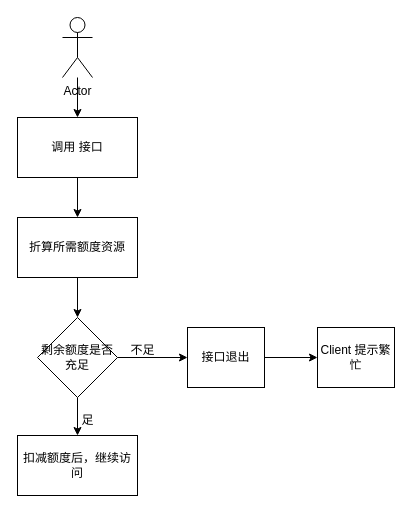
Before: page "Page-1" (1 of 2) of 未命名绘图.drawio in siyawu/draw, a draw.io diagram. Source tidied: cells renumbered, new cells numbered last; positions are measured from the earlier drawing's top-left corner, leaving out a move shared by most shapes. Both pictures are drawn from the tidied source at 100%, with x=0, y=0 at pixel (17, 17).
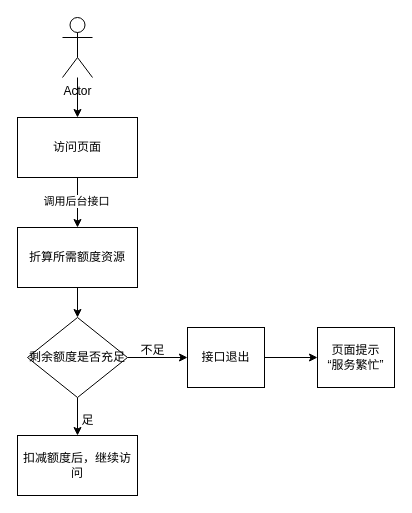
The same diagram, later.

Diff of the diagram source:
```diff
@@
 <mxGraphModel>
   <root>
     <mxCell id="0" />
     <mxCell id="1" parent="0" />
     <mxCell id="2" style="edgeStyle=orthogonalEdgeStyle;rounded=0;jettySize=auto;html=1;" parent="1" edge="1" source="3" target="5">
       <mxGeometry relative="1" as="geometry" />
     </mxCell>
+    <mxCell id="17" value="调用后台接口" style="edgeLabel;html=1;align=center;verticalAlign=middle;" parent="2" vertex="1">
+      <mxGeometry x="-0.1" y="-2" relative="1" as="geometry" />
+    </mxCell>
-    <mxCell id="3" value="调用 接口" style="rounded=0;whiteSpace=wrap;html=1;" parent="1" vertex="1">
+    <mxCell id="3" value="访问页面" style="rounded=0;whiteSpace=wrap;html=1;" parent="1" vertex="1">
       <mxGeometry y="100" width="120" height="60" as="geometry" />
     </mxCell>
     <mxCell id="4" style="edgeStyle=orthogonalEdgeStyle;rounded=0;jettySize=auto;html=1;" parent="1" edge="1" source="5" target="8">
       <mxGeometry relative="1" as="geometry" />
     </mxCell>
     <mxCell id="5" value="折算所需额度资源" style="rounded=0;whiteSpace=wrap;html=1;" parent="1" vertex="1">
-      <mxGeometry y="200" width="120" height="60" as="geometry" />
+      <mxGeometry y="210" width="120" height="60" as="geometry" />
     </mxCell>
     <mxCell id="6" style="edgeStyle=orthogonalEdgeStyle;rounded=0;jettySize=auto;html=1;" parent="1" edge="1" source="8" target="10">
       <mxGeometry relative="1" as="geometry" />
     </mxCell>
     <mxCell id="7" style="edgeStyle=orthogonalEdgeStyle;rounded=0;jettySize=auto;html=1;" parent="1" edge="1" source="8" target="13">
       <mxGeometry relative="1" as="geometry" />
     </mxCell>
     <mxCell id="8" value="剩余额度是否充足" style="rhombus;whiteSpace=wrap;html=1;rounded=0;" parent="1" vertex="1">
-      <mxGeometry x="20" y="300" width="80" height="80" as="geometry" />
+      <mxGeometry x="10" y="300" width="100" height="80" as="geometry" />
     </mxCell>
     <mxCell id="9" style="edgeStyle=orthogonalEdgeStyle;rounded=0;jettySize=auto;html=1;" parent="1" edge="1" source="10" target="12">
       <mxGeometry relative="1" as="geometry" />
     </mxCell>
     <mxCell id="10" value="接口退出" style="whiteSpace=wrap;html=1;rounded=0;" parent="1" vertex="1">
       <mxGeometry x="170" y="310" width="77" height="60" as="geometry" />
     </mxCell>
     <mxCell id="11" value="不足" style="text;html=1;align=center;verticalAlign=middle;strokeColor=none;fillColor=none;" parent="1" vertex="1">
-      <mxGeometry x="100" y="318" width="50" height="30" as="geometry" />
+      <mxGeometry x="110" y="318" width="50" height="30" as="geometry" />
     </mxCell>
-    <mxCell id="12" value="Client 提示繁忙" style="whiteSpace=wrap;html=1;rounded=0;" parent="1" vertex="1">
+    <mxCell id="12" value="页面提示&lt;br&gt;“服务繁忙”" style="whiteSpace=wrap;html=1;rounded=0;" parent="1" vertex="1">
       <mxGeometry x="300" y="310" width="77" height="60" as="geometry" />
     </mxCell>
     <mxCell id="13" value="扣减额度后，继续访问" style="whiteSpace=wrap;html=1;rounded=0;" parent="1" vertex="1">
       <mxGeometry y="418" width="120" height="60" as="geometry" />
     </mxCell>
     <mxCell id="14" value="足" style="text;html=1;align=center;verticalAlign=middle;strokeColor=none;fillColor=none;" parent="1" vertex="1">
       <mxGeometry x="50" y="388" width="40" height="30" as="geometry" />
     </mxCell>
     <mxCell id="15" style="edgeStyle=orthogonalEdgeStyle;rounded=0;jettySize=auto;html=1;entryX=0.5;entryY=0;entryDx=0;entryDy=0;" parent="1" edge="1" source="16" target="3">
       <mxGeometry relative="1" as="geometry" />
     </mxCell>
     <mxCell id="16" value="Actor" style="shape=umlActor;verticalLabelPosition=bottom;verticalAlign=top;html=1;outlineConnect=0;" parent="1" vertex="1">
       <mxGeometry x="45" width="30" height="60" as="geometry" />
     </mxCell>
   </root>
 </mxGraphModel>
```
